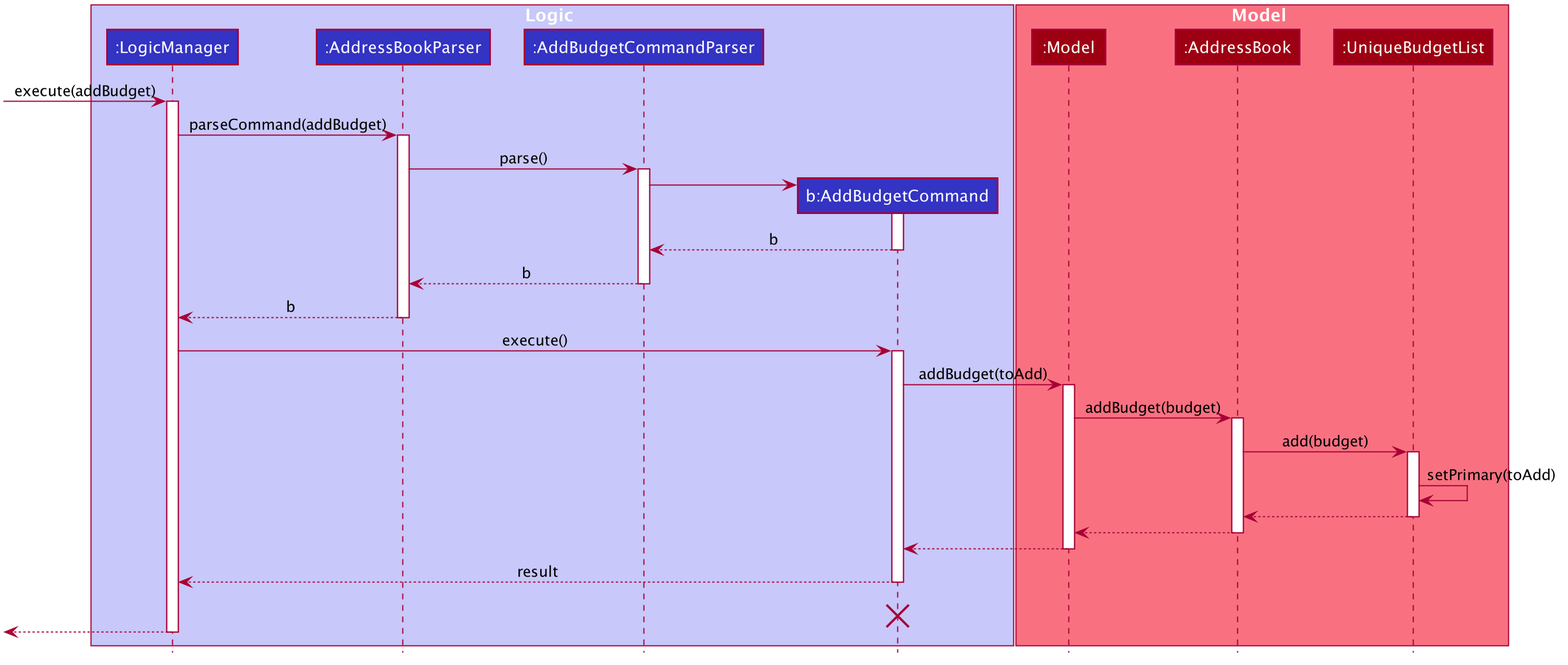
Before: docs/images/AddBudgetSequenceDiagram.png, a diagram exported from PlantUML (nus-cs2103-AY1920S1/addressbook-level3).
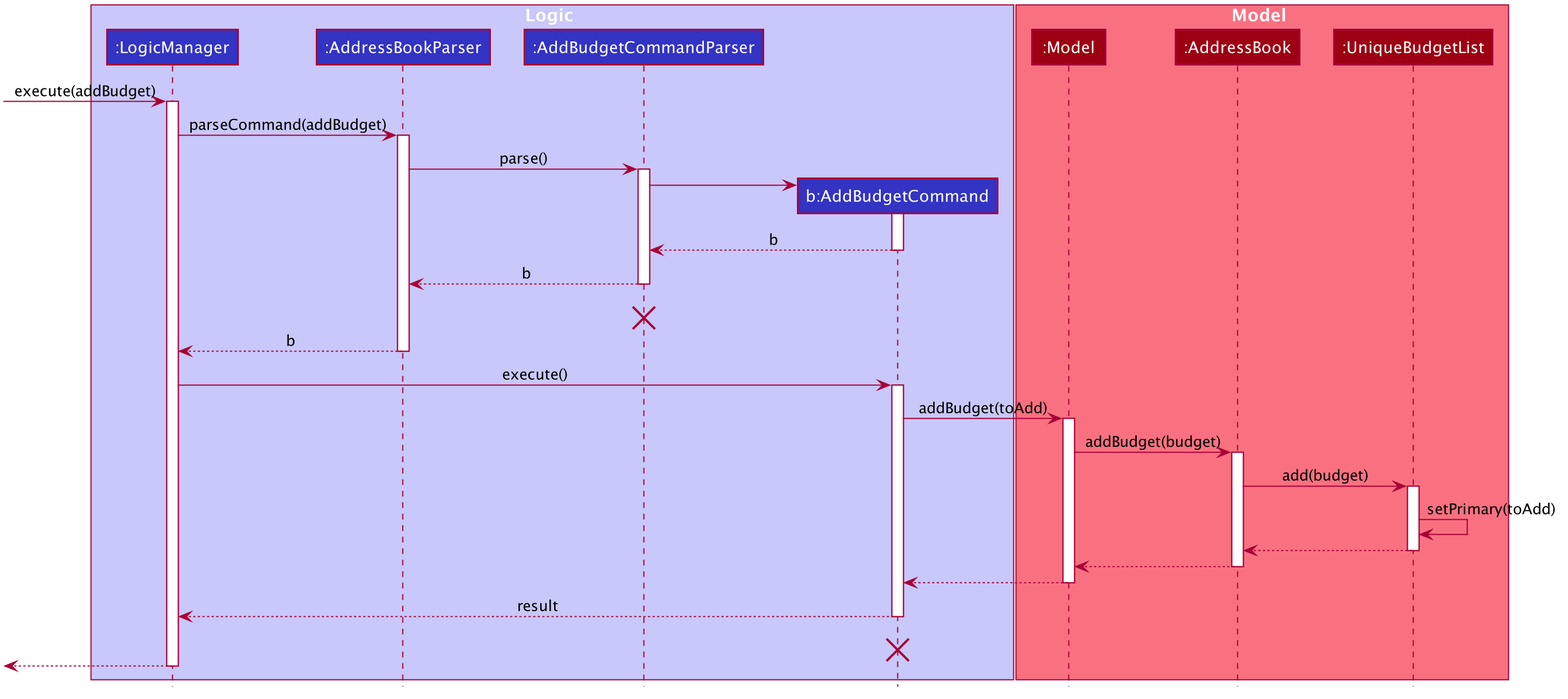
After the change.

Commit message:
Update DG:Budget and UML diagrams

Change to the diagram source:
```diff
@@ -82,6 +82,9 @@
 AddBudgetCommandParser --> AddressBookParser : b
 deactivate AddBudgetCommandParser
 
+AddBudgetCommandParser -[hidden]-> AddressBookParser : result
+destroy AddBudgetCommandParser
+
 AddressBookParser --> LogicManager : b
 deactivate AddressBookParser
 
```
